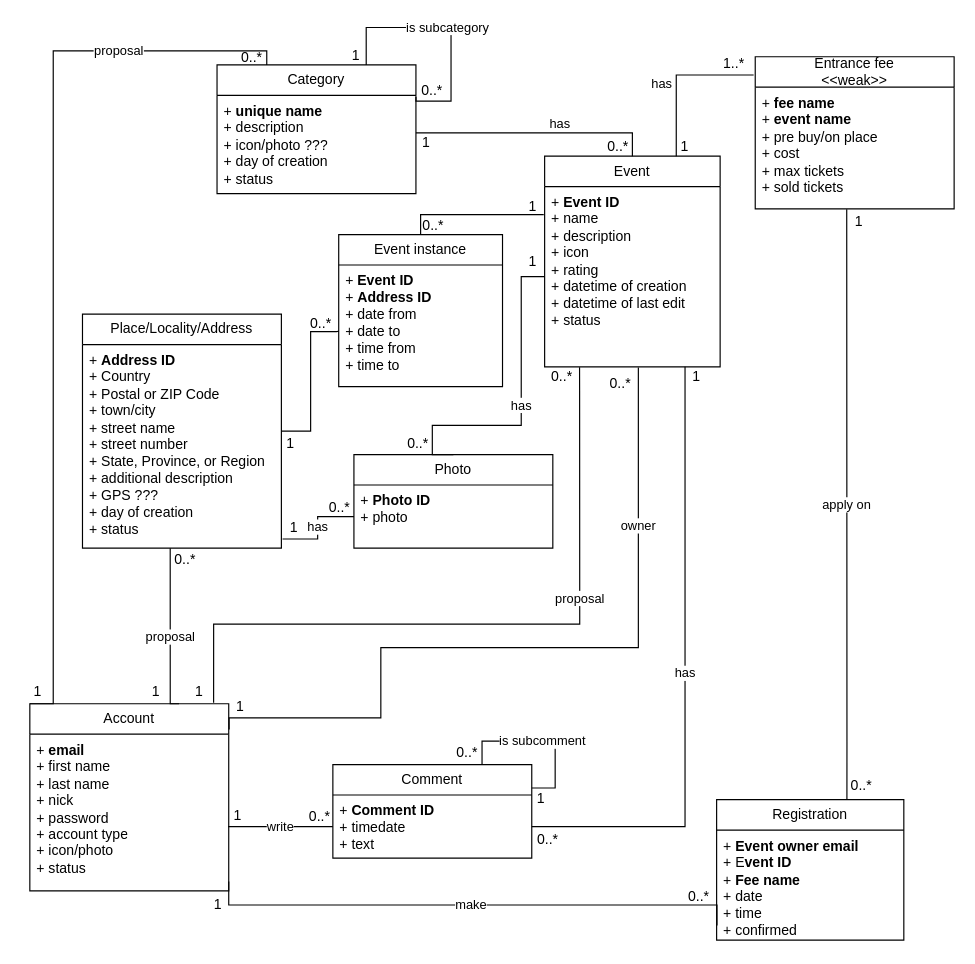
imiskii/IIS-EventManagerIS keeps this draw.io diagram as doc/diagrams/ER-EventManager.drawio. Above is the earlier version. Source tidied: cells renumbered, new cells numbered last; positions are measured from the earlier drawing's top-left corner, leaving out a move shared by most shapes. Both pictures are drawn from the tidied source at 117%, with x=0, y=0 at pixel (20, 27).
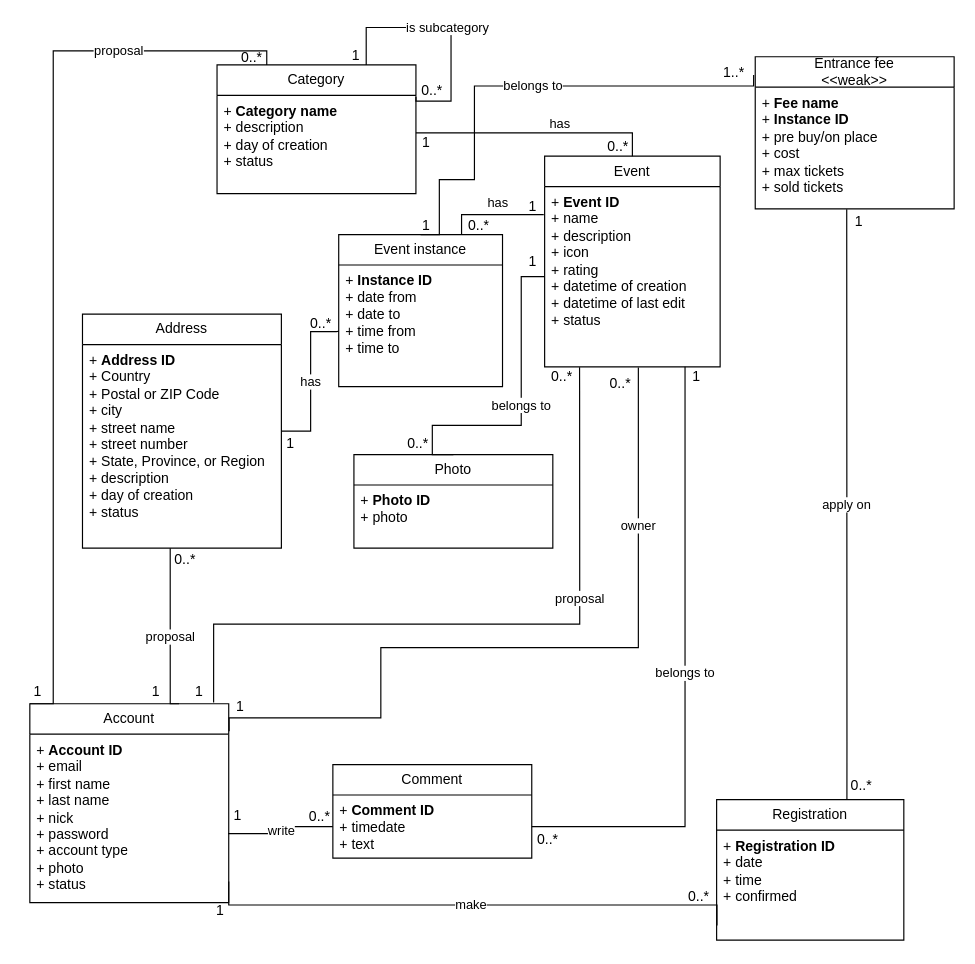
The same diagram, later.

Commit message (it also covers changes not shown here):
feat: adjust ER diagram, create documentation

The change refers to these unchanged cells:
```xml
<mxCell id="2" value="Event" style="swimlane;fontStyle=0;horizontal=1;startSize=26;fillColor=none;whiteSpace=wrap;html=1;" parent="1" vertex="1">
  <mxGeometry x="448" y="110" width="150" height="180" as="geometry" />
</mxCell>
<mxCell id="3" value="+ &lt;b&gt;Event ID&lt;/b&gt;&lt;br&gt;+ name&lt;br&gt;+ description&lt;br&gt;+ icon&lt;br&gt;+ rating&lt;br&gt;+ datetime of creation&lt;br&gt;+ datetime of last edit&lt;br&gt;+ status" style="text;strokeColor=none;fillColor=none;align=left;verticalAlign=top;spacingLeft=4;spacingRight=4;overflow=hidden;points=[[0,0.5],[1,0.5]];portConstraint=eastwest;whiteSpace=wrap;html=1;" parent="2" vertex="1">
  <mxGeometry y="26" width="150" height="154" as="geometry" />
</mxCell>
<mxCell id="7" value="Entrance fee&lt;br&gt;&amp;lt;&amp;lt;weak&amp;gt;&amp;gt;" style="swimlane;fontStyle=0;horizontal=1;startSize=26;fillColor=none;whiteSpace=wrap;html=1;" parent="1" vertex="1">
  <mxGeometry x="628" y="25" width="170" height="130" as="geometry" />
</mxCell>
<mxCell id="9" value="Photo" style="swimlane;fontStyle=0;horizontal=1;startSize=26;fillColor=none;whiteSpace=wrap;html=1;" parent="1" vertex="1">
  <mxGeometry x="285" y="365" width="170" height="80" as="geometry" />
</mxCell>
<mxCell id="10" value="+ &lt;b&gt;Photo ID&lt;/b&gt;&lt;br&gt;+ photo" style="text;strokeColor=none;fillColor=none;align=left;verticalAlign=top;spacingLeft=4;spacingRight=4;overflow=hidden;points=[[0,0.5],[1,0.5]];portConstraint=eastwest;whiteSpace=wrap;html=1;" parent="9" vertex="1">
  <mxGeometry y="26" width="170" height="54" as="geometry" />
</mxCell>
<mxCell id="12" value="Category" style="swimlane;fontStyle=0;horizontal=1;startSize=26;fillColor=none;whiteSpace=wrap;html=1;" parent="1" vertex="1">
  <mxGeometry x="168" y="32" width="170" height="110" as="geometry" />
</mxCell>
<mxCell id="29" value="Registration" style="swimlane;fontStyle=0;horizontal=1;startSize=26;fillColor=none;whiteSpace=wrap;html=1;" parent="1" vertex="1">
  <mxGeometry x="595" y="660" width="160" height="120" as="geometry" />
</mxCell>
<mxCell id="39" value="Comment" style="swimlane;fontStyle=0;horizontal=1;startSize=26;fillColor=none;whiteSpace=wrap;html=1;" parent="1" vertex="1">
  <mxGeometry x="267" y="630" width="170" height="80" as="geometry" />
</mxCell>
<mxCell id="40" value="+ &lt;b&gt;Comment&lt;/b&gt;&amp;nbsp;&lt;b&gt;ID&lt;/b&gt;&lt;br&gt;+ timedate&lt;br&gt;+ text" style="text;strokeColor=none;fillColor=none;align=left;verticalAlign=top;spacingLeft=4;spacingRight=4;overflow=hidden;points=[[0,0.5],[1,0.5]];portConstraint=eastwest;whiteSpace=wrap;html=1;" parent="39" vertex="1">
  <mxGeometry y="26" width="170" height="54" as="geometry" />
</mxCell>
<mxCell id="55" value="Event instance" style="swimlane;fontStyle=0;horizontal=1;startSize=26;fillColor=none;whiteSpace=wrap;html=1;" parent="1" vertex="1">
  <mxGeometry x="272" y="177" width="140" height="130" as="geometry" />
</mxCell>
```

Diff of the diagram source:
```diff
@@
-    <mxCell id="4" value="Place/Locality/Address" style="swimlane;fontStyle=0;horizontal=1;startSize=26;fillColor=none;whiteSpace=wrap;html=1;" parent="1" vertex="1">
+    <mxCell id="4" value="Address" style="swimlane;fontStyle=0;horizontal=1;startSize=26;fillColor=none;whiteSpace=wrap;html=1;" parent="1" vertex="1">
       <mxGeometry x="53" y="245" width="170" height="200" as="geometry" />
     </mxCell>
-    <mxCell id="5" value="+ &lt;b&gt;Address ID&lt;/b&gt;&lt;br&gt;+ Country&lt;br&gt;+&amp;nbsp;Postal or ZIP Code&lt;br&gt;+ town/city&lt;br&gt;+ street name&lt;br&gt;+ street number&lt;br&gt;+&amp;nbsp;State, Province, or Region&lt;br&gt;+ additional description&lt;br&gt;+ GPS ???&lt;br&gt;+ day of creation&lt;br&gt;+ status" style="text;strokeColor=none;fillColor=none;align=left;verticalAlign=top;spacingLeft=4;spacingRight=4;overflow=hidden;points=[[0,0.5],[1,0.5]];portConstraint=eastwest;whiteSpace=wrap;html=1;" parent="4" vertex="1">
+    <mxCell id="5" value="+ &lt;b&gt;Address ID&lt;/b&gt;&lt;br&gt;+ Country&lt;br&gt;+&amp;nbsp;Postal or ZIP Code&lt;br&gt;+ city&lt;br&gt;+ street name&lt;br&gt;+ street number&lt;br&gt;+&amp;nbsp;State, Province, or Region&lt;br&gt;+ description&lt;br&gt;+ day of creation&lt;br&gt;+ status" style="text;strokeColor=none;fillColor=none;align=left;verticalAlign=top;spacingLeft=4;spacingRight=4;overflow=hidden;points=[[0,0.5],[1,0.5]];portConstraint=eastwest;whiteSpace=wrap;html=1;" parent="4" vertex="1">
       <mxGeometry y="26" width="170" height="174" as="geometry" />
     </mxCell>
-    <mxCell id="6" value="has" style="edgeStyle=orthogonalEdgeStyle;rounded=0;jettySize=auto;html=1;exitX=-0.008;exitY=0.12;exitDx=0;exitDy=0;endArrow=none;endFill=0;entryX=0.75;entryY=0;entryDx=0;entryDy=0;exitPerimeter=0;" parent="1" edge="1" source="7" target="2">
-      <mxGeometry x="0.09" y="-13" relative="1" as="geometry" />
+    <mxCell id="6" value="belongs to" style="edgeStyle=orthogonalEdgeStyle;rounded=0;jettySize=auto;html=1;exitX=-0.008;exitY=0.12;exitDx=0;exitDy=0;endArrow=none;endFill=0;exitPerimeter=0;entryX=0.5;entryY=0;entryDx=0;entryDy=0;" parent="1" edge="1" source="7" target="55">
+      <mxGeometry x="-0.06" relative="1" as="geometry">
+        <Array as="points">
+          <mxPoint x="627" y="50" />
+          <mxPoint x="388" y="50" />
+          <mxPoint x="388" y="130" />
+          <mxPoint x="358" y="130" />
+          <mxPoint x="358" y="177" />
+        </Array>
+      </mxGeometry>
     </mxCell>
@@
-    <mxCell id="8" value="+ &lt;b&gt;fee name&lt;/b&gt;&lt;br&gt;+ &lt;b&gt;event name&lt;br&gt;&lt;/b&gt;+ pre buy/on place&lt;br&gt;+ cost&lt;br&gt;+ max tickets&lt;br&gt;+ sold tickets" style="text;strokeColor=none;fillColor=none;align=left;verticalAlign=top;spacingLeft=4;spacingRight=4;overflow=hidden;points=[[0,0.5],[1,0.5]];portConstraint=eastwest;whiteSpace=wrap;html=1;" parent="7" vertex="1">
+    <mxCell id="8" value="+ &lt;b&gt;Fee name&lt;/b&gt;&lt;br&gt;+ &lt;b&gt;Instance ID&lt;br&gt;&lt;/b&gt;+ pre buy/on place&lt;br&gt;+ cost&lt;br&gt;+ max tickets&lt;br&gt;+ sold tickets" style="text;strokeColor=none;fillColor=none;align=left;verticalAlign=top;spacingLeft=4;spacingRight=4;overflow=hidden;points=[[0,0.5],[1,0.5]];portConstraint=eastwest;whiteSpace=wrap;html=1;" parent="7" vertex="1">
       <mxGeometry y="26" width="170" height="104" as="geometry" />
     </mxCell>
@@
-    <mxCell id="13" value="+ &lt;b&gt;unique name&lt;/b&gt;&lt;br&gt;+ description&lt;br&gt;+ icon/photo ???&lt;br&gt;+ day of creation&lt;br&gt;+ status" style="text;strokeColor=none;fillColor=none;align=left;verticalAlign=top;spacingLeft=4;spacingRight=4;overflow=hidden;points=[[0,0.5],[1,0.5]];portConstraint=eastwest;whiteSpace=wrap;html=1;" parent="12" vertex="1">
+    <mxCell id="13" value="+ &lt;b&gt;Category&amp;nbsp;name&lt;/b&gt;&lt;br&gt;+ description&lt;br&gt;+ day of creation&lt;br&gt;+ status" style="text;strokeColor=none;fillColor=none;align=left;verticalAlign=top;spacingLeft=4;spacingRight=4;overflow=hidden;points=[[0,0.5],[1,0.5]];portConstraint=eastwest;whiteSpace=wrap;html=1;" parent="12" vertex="1">
       <mxGeometry y="26" width="170" height="84" as="geometry" />
     </mxCell>
@@
     <mxCell id="16" value="Account" style="swimlane;fontStyle=0;horizontal=1;startSize=26;fillColor=none;whiteSpace=wrap;html=1;" parent="1" vertex="1">
-      <mxGeometry x="8" y="578" width="170" height="160" as="geometry" />
+      <mxGeometry x="8" y="578" width="170" height="170" as="geometry" />
     </mxCell>
-    <mxCell id="17" value="+&amp;nbsp;&lt;b&gt;email&lt;/b&gt;&lt;br&gt;+ first name&lt;br&gt;+ last name&lt;br&gt;+ nick&lt;br&gt;+ password&lt;br&gt;+ account type&lt;br&gt;+ icon/photo&lt;br&gt;+ status" style="text;strokeColor=none;fillColor=none;align=left;verticalAlign=top;spacingLeft=4;spacingRight=4;overflow=hidden;points=[[0,0.5],[1,0.5]];portConstraint=eastwest;whiteSpace=wrap;html=1;" parent="16" vertex="1">
-      <mxGeometry y="26" width="170" height="134" as="geometry" />
+    <mxCell id="17" value="+ &lt;b&gt;Account ID&lt;/b&gt;&lt;br&gt;+&amp;nbsp;email&lt;br&gt;+ first name&lt;br&gt;+ last name&lt;br&gt;+ nick&lt;br&gt;+ password&lt;br&gt;+ account type&lt;br&gt;+ photo&lt;br&gt;+ status" style="text;strokeColor=none;fillColor=none;align=left;verticalAlign=top;spacingLeft=4;spacingRight=4;overflow=hidden;points=[[0,0.5],[1,0.5]];portConstraint=eastwest;whiteSpace=wrap;html=1;" parent="16" vertex="1">
+      <mxGeometry y="26" width="170" height="144" as="geometry" />
     </mxCell>
@@
     <mxCell id="21" value="0..*" style="text;html=1;strokeColor=none;fillColor=none;align=center;verticalAlign=middle;whiteSpace=wrap;rounded=0;" parent="1" vertex="1">
-      <mxGeometry x="338" y="155" width="30" height="30" as="geometry" />
+      <mxGeometry x="377" y="155" width="30" height="30" as="geometry" />
     </mxCell>
@@
     <mxCell id="23" value="1..*" style="text;html=1;strokeColor=none;fillColor=none;align=center;verticalAlign=middle;whiteSpace=wrap;rounded=0;" parent="1" vertex="1">
-      <mxGeometry x="595" y="16" width="30" height="30" as="geometry" />
+      <mxGeometry x="595" y="24" width="30" height="30" as="geometry" />
     </mxCell>
     <mxCell id="24" value="1" style="text;html=1;strokeColor=none;fillColor=none;align=center;verticalAlign=middle;whiteSpace=wrap;rounded=0;" parent="1" vertex="1">
-      <mxGeometry x="553" y="87" width="30" height="30" as="geometry" />
+      <mxGeometry x="332" y="155" width="30" height="30" as="geometry" />
     </mxCell>
-    <mxCell id="25" value="has" style="edgeStyle=orthogonalEdgeStyle;rounded=0;jettySize=auto;html=1;entryX=0;entryY=0.5;entryDx=0;entryDy=0;endArrow=none;endFill=0;exitX=0.5;exitY=0;exitDx=0;exitDy=0;" parent="1" edge="1" source="9" target="3">
+    <mxCell id="25" value="belongs to" style="edgeStyle=orthogonalEdgeStyle;rounded=0;jettySize=auto;html=1;entryX=0;entryY=0.5;entryDx=0;entryDy=0;endArrow=none;endFill=0;exitX=0.5;exitY=0;exitDx=0;exitDy=0;" parent="1" edge="1" source="9" target="3">
       <mxGeometry x="0.02" relative="1" as="geometry">
         <Array as="points">
           <mxPoint x="352" y="340" />
           <mxPoint x="428" y="340" />
           <mxPoint x="428" y="213" />
         </Array>
       </mxGeometry>
     </mxCell>
@@
-    <mxCell id="27" value="0..*" style="text;html=1;strokeColor=none;fillColor=none;align=center;verticalAlign=middle;whiteSpace=wrap;rounded=0;" parent="1" vertex="1">
-      <mxGeometry x="258" y="396" width="30" height="30" as="geometry" />
-    </mxCell>
@@
-    <mxCell id="30" value="+ &lt;b&gt;Event owner email&lt;br&gt;&lt;/b&gt;+ E&lt;b&gt;vent ID&lt;br&gt;&lt;/b&gt;+ &lt;b&gt;Fee name&lt;/b&gt;&lt;br&gt;+ date&lt;br&gt;+ time&lt;br&gt;+ confirmed" style="text;strokeColor=none;fillColor=none;align=left;verticalAlign=top;spacingLeft=4;spacingRight=4;overflow=hidden;points=[[0,0.5],[1,0.5]];portConstraint=eastwest;whiteSpace=wrap;html=1;" parent="29" vertex="1">
+    <mxCell id="30" value="+ &lt;b&gt;Registration ID&lt;/b&gt;&lt;br&gt;+ date&lt;br&gt;+ time&lt;br&gt;+ confirmed" style="text;strokeColor=none;fillColor=none;align=left;verticalAlign=top;spacingLeft=4;spacingRight=4;overflow=hidden;points=[[0,0.5],[1,0.5]];portConstraint=eastwest;whiteSpace=wrap;html=1;" parent="29" vertex="1">
       <mxGeometry y="26" width="160" height="94" as="geometry" />
     </mxCell>
@@
     <mxCell id="36" value="1" style="text;html=1;strokeColor=none;fillColor=none;align=center;verticalAlign=middle;whiteSpace=wrap;rounded=0;" parent="1" vertex="1">
-      <mxGeometry x="154" y="735" width="30" height="30" as="geometry" />
+      <mxGeometry x="156" y="740" width="30" height="30" as="geometry" />
     </mxCell>
@@
-    <mxCell id="52" value="is subcomment" style="edgeStyle=orthogonalEdgeStyle;rounded=0;orthogonalLoop=1;jettySize=auto;html=1;exitX=0.75;exitY=0;exitDx=0;exitDy=0;entryX=1;entryY=0.25;entryDx=0;entryDy=0;endArrow=none;endFill=0;" parent="1" edge="1" source="39" target="39">
-      <mxGeometry relative="1" as="geometry" />
-    </mxCell>
@@
-    <mxCell id="56" value="+ &lt;b&gt;Event ID&lt;br&gt;&lt;/b&gt;+ &lt;b&gt;Address ID&lt;/b&gt;&lt;br&gt;+ date from&lt;br&gt;+ date to&lt;br&gt;+ time from&lt;br&gt;+ time to" style="text;strokeColor=none;fillColor=none;align=left;verticalAlign=top;spacingLeft=4;spacingRight=4;overflow=hidden;points=[[0,0.5],[1,0.5]];portConstraint=eastwest;whiteSpace=wrap;html=1;" parent="55" vertex="1">
+    <mxCell id="56" value="+ &lt;b&gt;Instance ID&lt;/b&gt;&lt;br&gt;+ date from&lt;br&gt;+ date to&lt;br&gt;+ time from&lt;br&gt;+ time to" style="text;strokeColor=none;fillColor=none;align=left;verticalAlign=top;spacingLeft=4;spacingRight=4;overflow=hidden;points=[[0,0.5],[1,0.5]];portConstraint=eastwest;whiteSpace=wrap;html=1;" parent="55" vertex="1">
       <mxGeometry y="26" width="140" height="104" as="geometry" />
     </mxCell>
-    <mxCell id="57" style="edgeStyle=orthogonalEdgeStyle;rounded=0;jettySize=auto;html=1;entryX=0.001;entryY=0.544;entryDx=0;entryDy=0;entryPerimeter=0;endArrow=none;endFill=0;" parent="1" edge="1" source="4" target="56">
+    <mxCell id="57" value="has" style="edgeStyle=orthogonalEdgeStyle;rounded=0;jettySize=auto;html=1;entryX=0.001;entryY=0.544;entryDx=0;entryDy=0;entryPerimeter=0;endArrow=none;endFill=0;" parent="1" edge="1" source="4" target="56">
       <mxGeometry relative="1" as="geometry">
         <Array as="points">
           <mxPoint x="248" y="345" />
           <mxPoint x="248" y="260" />
           <mxPoint x="270" y="260" />
         </Array>
       </mxGeometry>
     </mxCell>
-    <mxCell id="58" style="edgeStyle=orthogonalEdgeStyle;rounded=0;jettySize=auto;html=1;exitX=0.5;exitY=0;exitDx=0;exitDy=0;entryX=-0.005;entryY=0.155;entryDx=0;entryDy=0;entryPerimeter=0;endArrow=none;endFill=0;" parent="1" edge="1" source="55" target="3">
-      <mxGeometry relative="1" as="geometry">
+    <mxCell id="58" value="has" style="edgeStyle=orthogonalEdgeStyle;rounded=0;jettySize=auto;html=1;exitX=0.75;exitY=0;exitDx=0;exitDy=0;entryX=-0.005;entryY=0.155;entryDx=0;entryDy=0;entryPerimeter=0;endArrow=none;endFill=0;" parent="1" edge="1" source="55" target="3">
+      <mxGeometry x="0.1" y="10" relative="1" as="geometry">
         <Array as="points">
-          <mxPoint x="342" y="160" />
-          <mxPoint x="438" y="160" />
+          <mxPoint x="377" y="160" />
         </Array>
       </mxGeometry>
     </mxCell>
@@
-    <mxCell id="61" value="has" style="edgeStyle=orthogonalEdgeStyle;rounded=0;jettySize=auto;html=1;entryX=1.006;entryY=0.955;entryDx=0;entryDy=0;entryPerimeter=0;endArrow=none;endFill=0;" parent="1" edge="1" source="10" target="5">
-      <mxGeometry relative="1" as="geometry" />
-    </mxCell>
@@
-    <mxCell id="63" value="1" style="text;html=1;strokeColor=none;fillColor=none;align=center;verticalAlign=middle;whiteSpace=wrap;rounded=0;" parent="1" vertex="1">
-      <mxGeometry x="219" y="413" width="30" height="30" as="geometry" />
-    </mxCell>
@@
-    <mxCell id="65" value="has" style="edgeStyle=orthogonalEdgeStyle;rounded=0;jettySize=auto;html=1;entryX=0.8;entryY=1;entryDx=0;entryDy=0;entryPerimeter=0;endArrow=none;endFill=0;" parent="1" edge="1" source="40" target="3">
+    <mxCell id="65" value="belongs to" style="edgeStyle=orthogonalEdgeStyle;rounded=0;jettySize=auto;html=1;entryX=0.8;entryY=1;entryDx=0;entryDy=0;entryPerimeter=0;endArrow=none;endFill=0;" parent="1" edge="1" source="40" target="3">
       <mxGeometry relative="1" as="geometry" />
     </mxCell>
-    <mxCell id="66" value="0..*" style="text;html=1;strokeColor=none;fillColor=none;align=center;verticalAlign=middle;whiteSpace=wrap;rounded=0;" parent="1" vertex="1">
-      <mxGeometry x="367" y="605" width="30" height="30" as="geometry" />
-    </mxCell>
-    <mxCell id="67" value="1" style="text;html=1;strokeColor=none;fillColor=none;align=center;verticalAlign=middle;whiteSpace=wrap;rounded=0;" parent="1" vertex="1">
-      <mxGeometry x="430" y="644" width="30" height="30" as="geometry" />
-    </mxCell>
```
